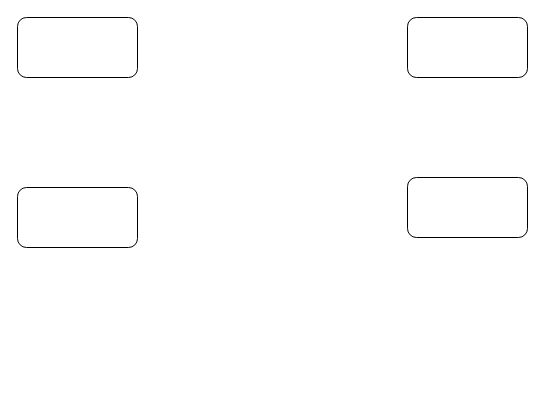
Before: Untitled Diagram.drawio in gui-lef/Groupe6, a draw.io diagram. Source tidied: cells renumbered, new cells numbered last; positions are measured from the earlier drawing's top-left corner, leaving out a move shared by most shapes. Both pictures are drawn from the tidied source at 100%, with x=0, y=0 at pixel (17, 17).
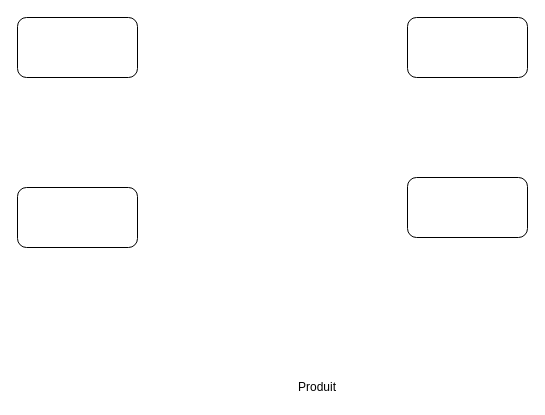
The same diagram, later.

The edit, as a diff of the source:
```diff
@@
 <mxGraphModel>
   <root>
     <mxCell id="0" />
     <mxCell id="1" parent="0" />
     <mxCell id="2" style="rounded=1;whiteSpace=wrap;html=1;" parent="1" vertex="1">
       <mxGeometry width="120" height="60" as="geometry" />
     </mxCell>
     <mxCell id="3" style="rounded=1;whiteSpace=wrap;html=1;" parent="1" vertex="1">
       <mxGeometry x="390" width="120" height="60" as="geometry" />
     </mxCell>
     <mxCell id="4" style="rounded=1;whiteSpace=wrap;html=1;" parent="1" vertex="1">
       <mxGeometry y="170" width="120" height="60" as="geometry" />
     </mxCell>
     <mxCell id="5" style="rounded=1;whiteSpace=wrap;html=1;" parent="1" vertex="1">
       <mxGeometry x="390" y="160" width="120" height="60" as="geometry" />
     </mxCell>
+    <mxCell id="6" value="Produit" style="text;html=1;strokeColor=none;fillColor=none;align=center;verticalAlign=middle;whiteSpace=wrap;rounded=0;" parent="1" vertex="1">
+      <mxGeometry x="280" y="360" width="40" height="20" as="geometry" />
+    </mxCell>
   </root>
 </mxGraphModel>
```
